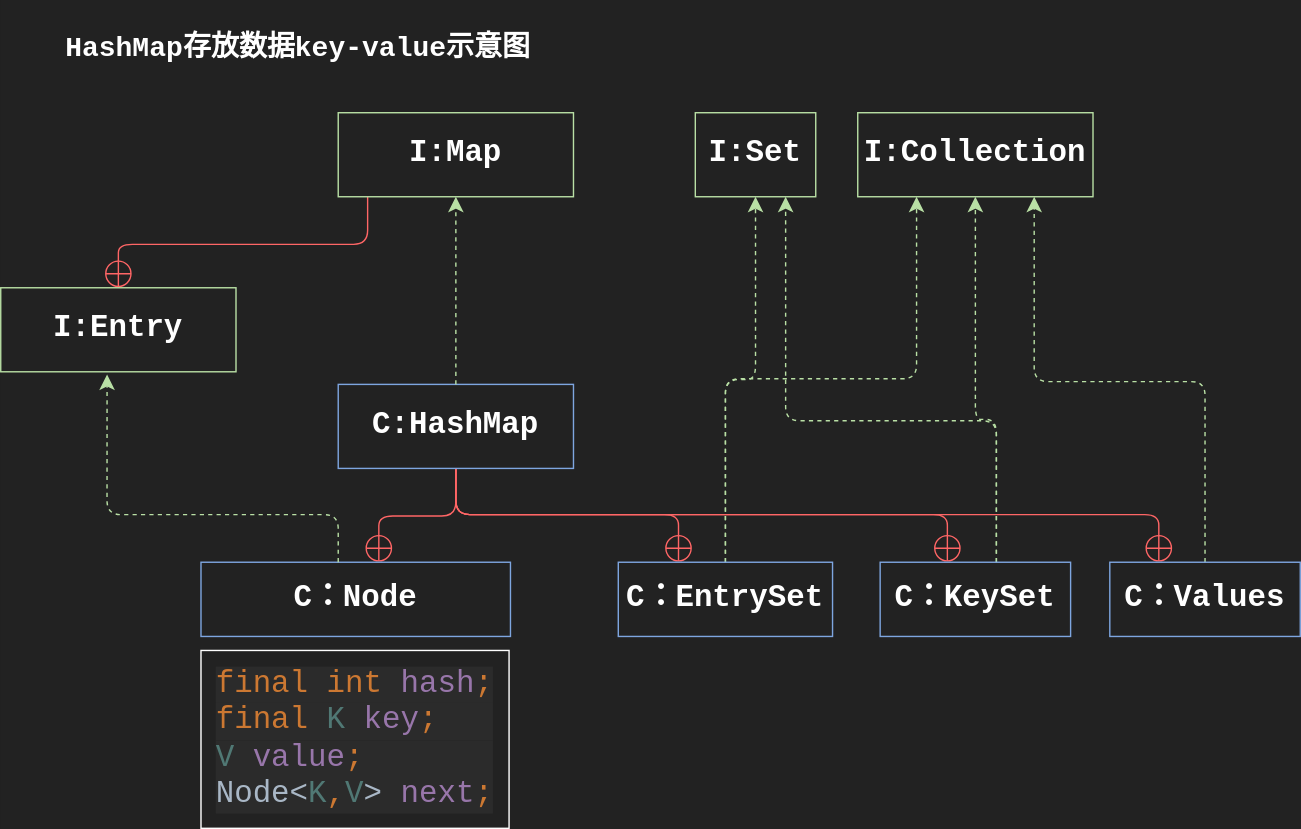
The draw.io diagram drawio/MapInterface.svg in Stolorzs/Picgo, before a commit. Source tidied: cells renumbered, new cells last; positions are measured from the earlier drawing's top-left corner, leaving out a move shared by most shapes.
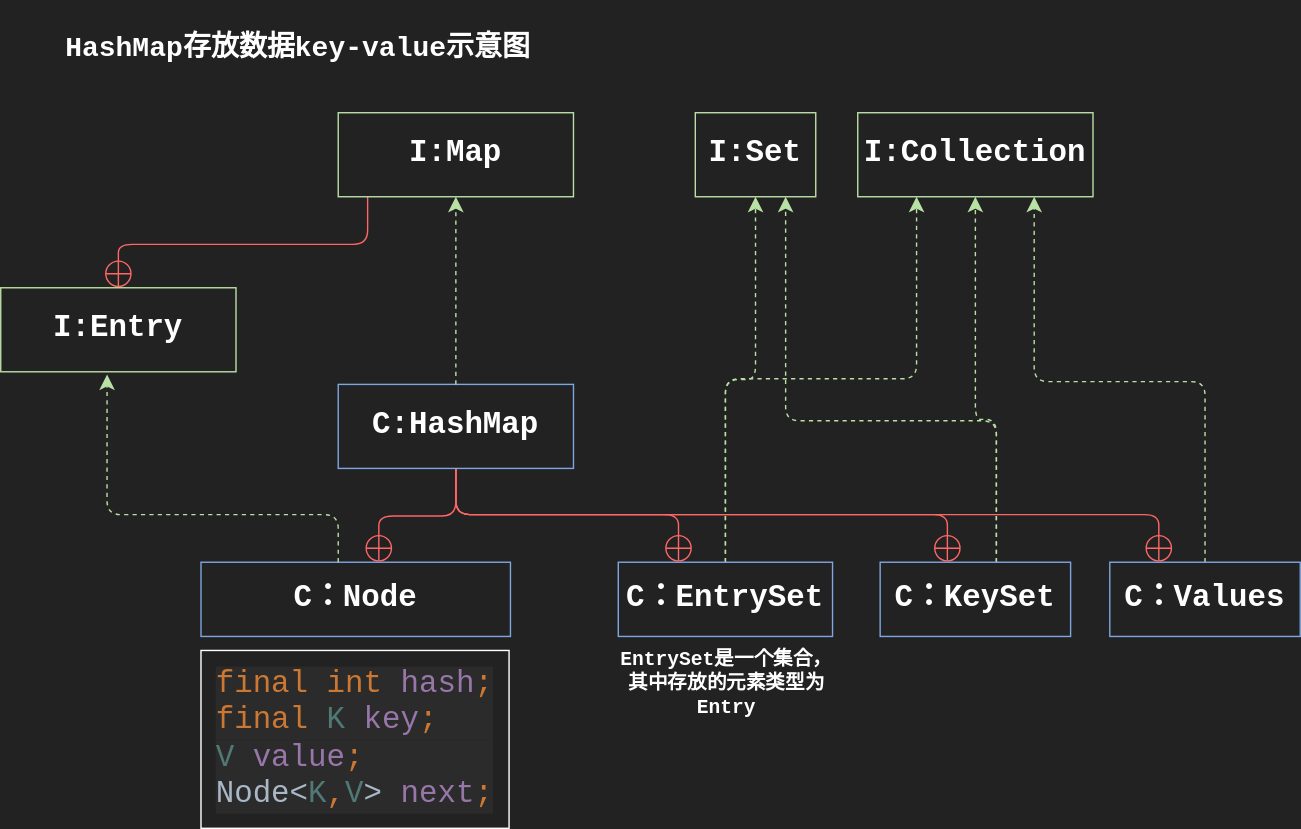
The same diagram one commit later.

Diff of the diagram source:
```diff
@@ -121,5 +121,8 @@
     <mxCell id="24" value="&lt;font face=&quot;Courier New&quot; color=&quot;#ffffff&quot;&gt;&lt;span style=&quot;caret-color: rgb(255, 255, 255); font-size: 22px;&quot;&gt;&lt;b&gt;C：EntrySet&lt;/b&gt;&lt;/span&gt;&lt;/font&gt;" style="whiteSpace=wrap;html=1;fillColor=none;strokeColor=#7EA6E0;" parent="1" vertex="1">
       <mxGeometry x="441" y="401" width="153" height="53" as="geometry" />
     </mxCell>
+    <mxCell id="25" value="&lt;font size=&quot;1&quot; face=&quot;Courier New&quot; color=&quot;#ffffff&quot;&gt;&lt;span style=&quot;caret-color: rgb(255, 255, 255);&quot;&gt;&lt;b style=&quot;font-size: 14px;&quot;&gt;EntrySet是一个集合，其中存放的元素类型为Entry&lt;/b&gt;&lt;/span&gt;&lt;/font&gt;" style="whiteSpace=wrap;html=1;fillColor=none;strokeColor=none;" parent="1" vertex="1">
+      <mxGeometry x="441" y="454" width="155" height="68" as="geometry" />
+    </mxCell>
   </root>
 </mxGraphModel>
```
